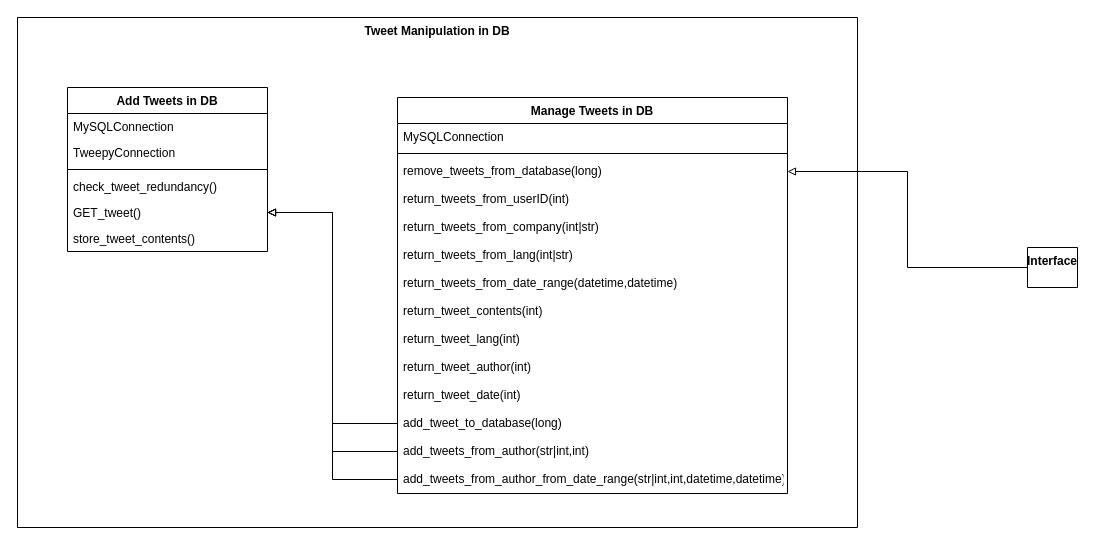
Earlier version of the draw.io diagram uml/Tweet Storage and Selection Class Diagram.drawio (agarcia169/4306-Donaldson-Project). Source tidied: cells renumbered, new cells numbered last; positions are measured from the earlier drawing's top-left corner, leaving out a move shared by most shapes. Both pictures are drawn from the tidied source at 100%, with x=0, y=0 at pixel (17, 17).
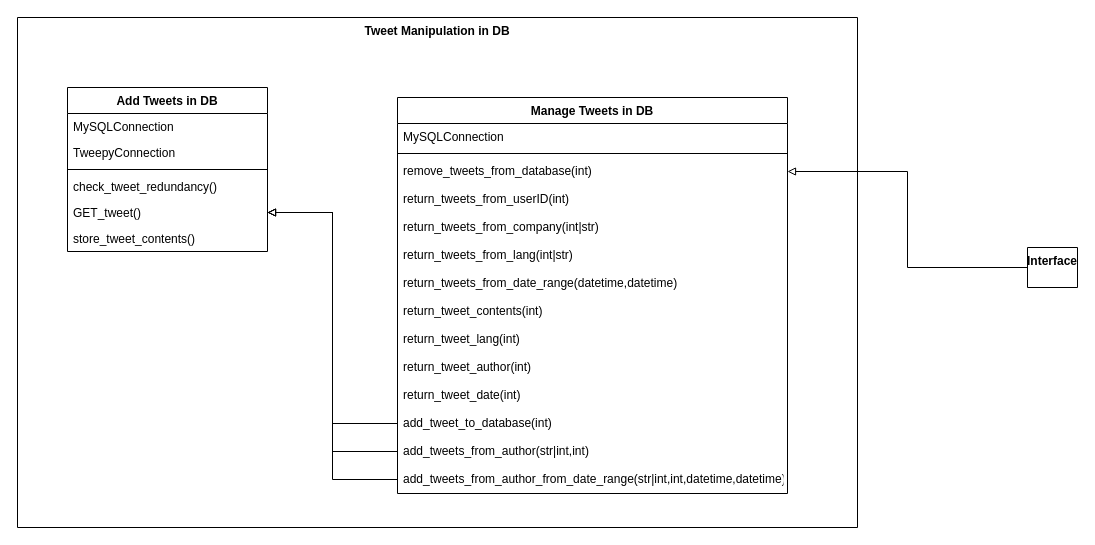
After the change.

The change refers to these unchanged cells:
```xml
<mxCell id="10" value="Manage Tweets in DB" style="swimlane;fontStyle=1;align=center;verticalAlign=top;horizontal=1;startSize=26;" parent="2" vertex="1">
  <mxGeometry x="380" y="80" width="390" height="396" as="geometry" />
</mxCell>
```

Change to the diagram source:
```diff
@@
-    <mxCell id="13" value="remove_tweets_from_database(long)" style="text;strokeColor=none;fillColor=none;align=left;verticalAlign=top;spacingLeft=4;spacingRight=4;overflow=hidden;points=[[0,0.5],[1,0.5]];portConstraint=eastwest;" parent="10" vertex="1">
+    <mxCell id="13" value="remove_tweets_from_database(int)" style="text;strokeColor=none;fillColor=none;align=left;verticalAlign=top;spacingLeft=4;spacingRight=4;overflow=hidden;points=[[0,0.5],[1,0.5]];portConstraint=eastwest;" parent="10" vertex="1">
       <mxGeometry y="60" width="390" height="28" as="geometry" />
     </mxCell>
@@
-    <mxCell id="22" value="add_tweet_to_database(long)" style="text;strokeColor=none;fillColor=none;align=left;verticalAlign=top;spacingLeft=4;spacingRight=4;overflow=hidden;points=[[0,0.5],[1,0.5]];portConstraint=eastwest;" parent="10" vertex="1">
+    <mxCell id="22" value="add_tweet_to_database(int)" style="text;strokeColor=none;fillColor=none;align=left;verticalAlign=top;spacingLeft=4;spacingRight=4;overflow=hidden;points=[[0,0.5],[1,0.5]];portConstraint=eastwest;" parent="10" vertex="1">
       <mxGeometry y="312" width="390" height="28" as="geometry" />
     </mxCell>
```
